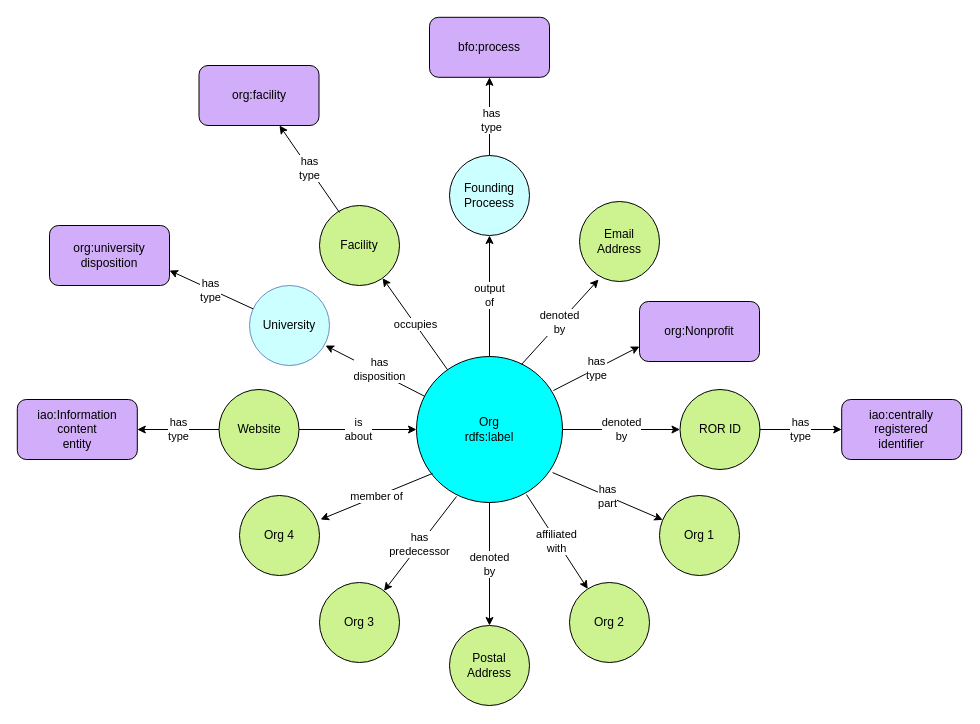
Above: docs/img/org-overview.drawio in mconlon17/organization-ontology (draw.io), before the change. Source tidied: cells renumbered, new cells numbered last; positions are measured from the earlier drawing's top-left corner, leaving out a move shared by most shapes. Both pictures are drawn from the tidied source at 100%, with x=0, y=0 at pixel (17, 17).
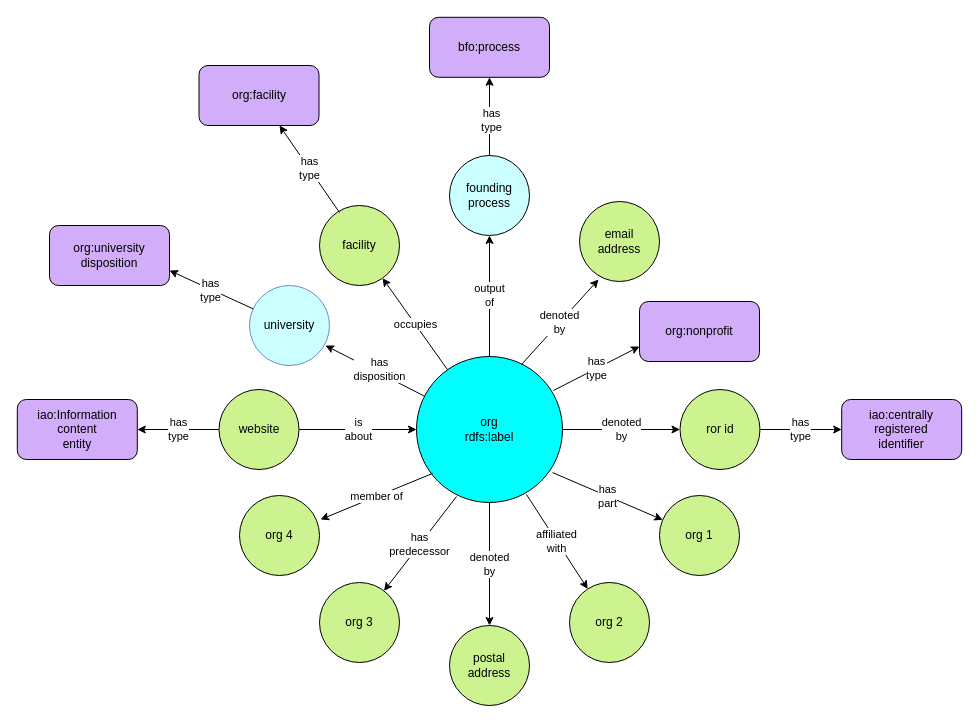
The same diagram, later.

Change to the diagram source:
```diff
@@
-    <mxCell id="2" value="&lt;div&gt;Postal&lt;/div&gt;&lt;div&gt;Address&lt;br&gt;&lt;/div&gt;" style="ellipse;whiteSpace=wrap;html=1;fillColor=#CCF38F;" parent="1" vertex="1">
+    <mxCell id="2" value="&lt;div&gt;postal&lt;/div&gt;&lt;div&gt;address&lt;/div&gt;" style="ellipse;whiteSpace=wrap;html=1;fillColor=#CCF38F;" parent="1" vertex="1">
       <mxGeometry x="432" y="608" width="80" height="80" as="geometry" />
     </mxCell>
-    <mxCell id="3" value="&lt;div&gt;Email&lt;/div&gt;&lt;div&gt;Address&lt;br&gt;&lt;/div&gt;" style="ellipse;whiteSpace=wrap;html=1;fillColor=#CCF38F;" parent="1" vertex="1">
+    <mxCell id="3" value="&lt;div&gt;email&lt;/div&gt;&lt;div&gt;address&lt;/div&gt;" style="ellipse;whiteSpace=wrap;html=1;fillColor=#CCF38F;" parent="1" vertex="1">
       <mxGeometry x="562" y="184" width="80" height="80" as="geometry" />
     </mxCell>
-    <mxCell id="4" value="Org 2" style="ellipse;whiteSpace=wrap;html=1;fillColor=#CCF38F;" parent="1" vertex="1">
+    <mxCell id="4" value="org 2" style="ellipse;whiteSpace=wrap;html=1;fillColor=#CCF38F;" parent="1" vertex="1">
       <mxGeometry x="552" y="565" width="80" height="80" as="geometry" />
     </mxCell>
-    <mxCell id="5" value="Org 1" style="ellipse;whiteSpace=wrap;html=1;fillColor=#CCF38F;" parent="1" vertex="1">
+    <mxCell id="5" value="org 1" style="ellipse;whiteSpace=wrap;html=1;fillColor=#CCF38F;" parent="1" vertex="1">
       <mxGeometry x="642" y="478" width="80" height="80" as="geometry" />
     </mxCell>
-    <mxCell id="6" value="ROR ID" style="ellipse;whiteSpace=wrap;html=1;fillColor=#CCF38F;" parent="1" vertex="1">
+    <mxCell id="6" value="ror id" style="ellipse;whiteSpace=wrap;html=1;fillColor=#CCF38F;" parent="1" vertex="1">
       <mxGeometry x="662.5" y="372" width="80" height="80" as="geometry" />
     </mxCell>
-    <mxCell id="7" value="University" style="ellipse;whiteSpace=wrap;html=1;fillColor=#CCFFFF;strokeColor=#6c8ebf;" parent="1" vertex="1">
+    <mxCell id="7" value="university" style="ellipse;whiteSpace=wrap;html=1;fillColor=#CCFFFF;strokeColor=#6c8ebf;" parent="1" vertex="1">
       <mxGeometry x="232" y="268" width="80" height="80" as="geometry" />
     </mxCell>
-    <mxCell id="8" value="Org 3" style="ellipse;whiteSpace=wrap;html=1;fillColor=#CCF38F;" parent="1" vertex="1">
+    <mxCell id="8" value="org 3" style="ellipse;whiteSpace=wrap;html=1;fillColor=#CCF38F;" parent="1" vertex="1">
       <mxGeometry x="302" y="565" width="80" height="80" as="geometry" />
     </mxCell>
@@
-    <mxCell id="11" value="Website" style="ellipse;whiteSpace=wrap;html=1;fillColor=#CCF38F;" parent="1" vertex="1">
+    <mxCell id="11" value="website" style="ellipse;whiteSpace=wrap;html=1;fillColor=#CCF38F;" parent="1" vertex="1">
       <mxGeometry x="201.5" y="372" width="80" height="80" as="geometry" />
     </mxCell>
-    <mxCell id="12" value="org:Nonprofit" style="rounded=1;whiteSpace=wrap;html=1;fillColor=#d2adf9;" parent="1" vertex="1">
+    <mxCell id="12" value="org:nonprofit" style="rounded=1;whiteSpace=wrap;html=1;fillColor=#d2adf9;" parent="1" vertex="1">
       <mxGeometry x="622" y="284" width="120" height="60" as="geometry" />
     </mxCell>
@@
-    <mxCell id="15" value="&lt;div&gt;Org&lt;span&gt;&lt;br&gt;&lt;/span&gt;&lt;/div&gt;&lt;div&gt;&lt;span&gt;rdfs:label&lt;/span&gt;&lt;/div&gt;" style="ellipse;whiteSpace=wrap;html=1;fillColor=#00FFFF;" parent="1" vertex="1">
+    <mxCell id="15" value="&lt;div&gt;org&lt;span&gt;&lt;br&gt;&lt;/span&gt;&lt;/div&gt;&lt;div&gt;&lt;span&gt;rdfs:label&lt;/span&gt;&lt;/div&gt;" style="ellipse;whiteSpace=wrap;html=1;fillColor=#00FFFF;" parent="1" vertex="1">
       <mxGeometry x="399" y="339" width="146" height="146" as="geometry" />
     </mxCell>
@@
-    <mxCell id="23" value="&lt;div&gt;Founding&lt;/div&gt;&lt;div&gt;Proceess&lt;br&gt;&lt;/div&gt;" style="ellipse;whiteSpace=wrap;html=1;fillColor=#CCFFFF;" parent="1" vertex="1">
+    <mxCell id="23" value="&lt;div&gt;founding process&lt;/div&gt;" style="ellipse;whiteSpace=wrap;html=1;fillColor=#CCFFFF;" parent="1" vertex="1">
       <mxGeometry x="432" y="138" width="80" height="80" as="geometry" />
     </mxCell>
@@
-    <mxCell id="32" value="Facility" style="ellipse;whiteSpace=wrap;html=1;fillColor=#CCF38F;" parent="1" vertex="1">
+    <mxCell id="32" value="facility" style="ellipse;whiteSpace=wrap;html=1;fillColor=#CCF38F;" parent="1" vertex="1">
       <mxGeometry x="302" y="188" width="80" height="80" as="geometry" />
     </mxCell>
@@
-    <mxCell id="34" value="Org 4" style="ellipse;whiteSpace=wrap;html=1;fillColor=#CCF38F;" parent="1" vertex="1">
+    <mxCell id="34" value="org 4" style="ellipse;whiteSpace=wrap;html=1;fillColor=#CCF38F;" parent="1" vertex="1">
       <mxGeometry x="222" y="478" width="80" height="80" as="geometry" />
     </mxCell>
```
